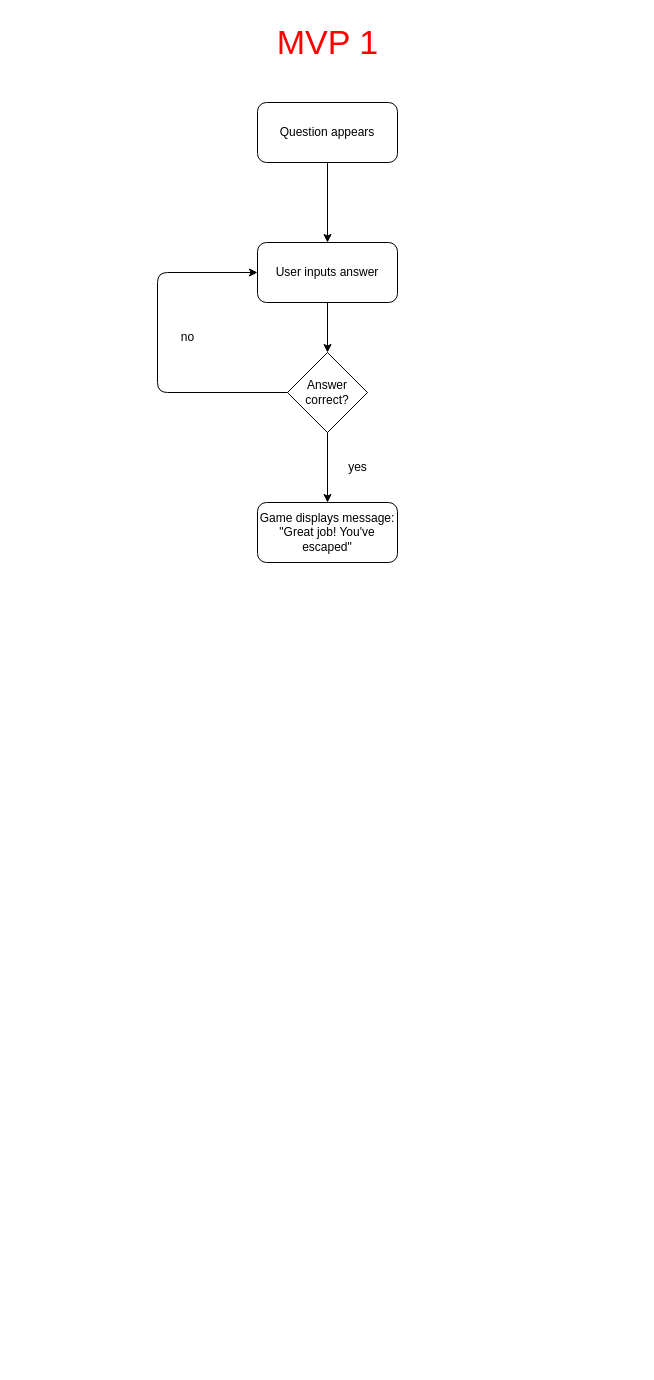
This is flowchar.drawio from SchoolOfCode/escape-room-hackathon-room-17-1, a draw.io file, before an edit. Source tidied: cells renumbered, new cells numbered last; positions are measured from the earlier drawing's top-left corner, leaving out a move shared by most shapes. Both pictures are drawn from the tidied source at 100%, with x=0, y=0 at pixel (157, 17).
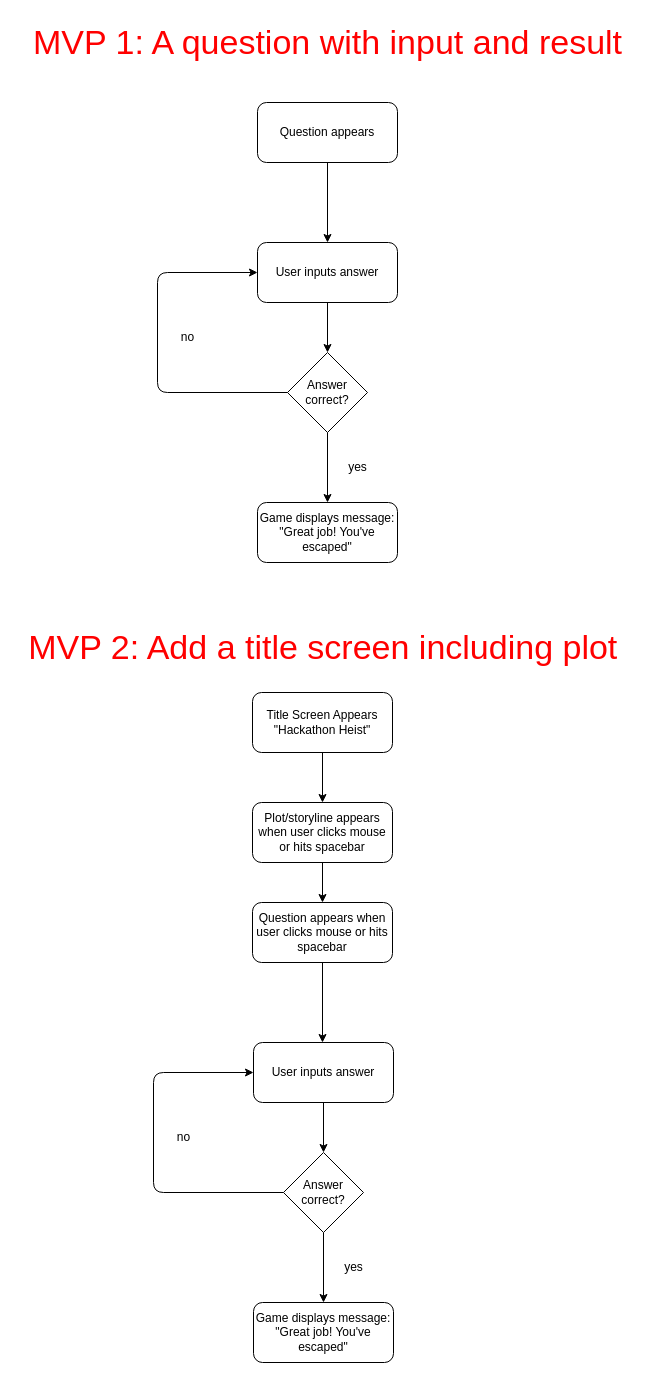
The same diagram, later.

Commit message:
mvp2 flowchart

Diff of the diagram source:
```diff
@@
-    <mxCell id="12" value="MVP 1" style="text;html=1;align=center;verticalAlign=middle;fontSize=34;fontColor=#FF0000;" parent="1" vertex="1">
-      <mxGeometry x="110" width="120" height="50" as="geometry" />
+    <mxCell id="12" value="MVP 1: A question with input and result" style="text;html=1;align=center;verticalAlign=middle;fontSize=34;fontColor=#FF0000;" parent="1" vertex="1">
+      <mxGeometry x="-135" width="610" height="50" as="geometry" />
     </mxCell>
+    <mxCell id="13" value="MVP 2: Add a title screen including plot&amp;nbsp;" style="text;html=1;align=center;verticalAlign=middle;fontSize=34;fontColor=#FF0000;" parent="1" vertex="1">
+      <mxGeometry x="-140" y="605" width="620" height="50" as="geometry" />
+    </mxCell>
+    <mxCell id="14" value="Title Screen Appears&lt;br&gt;&quot;Hackathon Heist&quot;" style="rounded=1;whiteSpace=wrap;html=1;" parent="1" vertex="1">
+      <mxGeometry x="95" y="675" width="140" height="60" as="geometry" />
+    </mxCell>
+    <mxCell id="15" style="endArrow=classic;html=1;exitX=0.5;exitY=1;exitDx=0;exitDy=0;" parent="1" edge="1">
+      <mxGeometry relative="1" as="geometry">
+        <mxPoint x="165" y="945" as="sourcePoint" />
+        <mxPoint x="165" y="1025" as="targetPoint" />
+        <Array as="points">
+          <mxPoint x="165" y="1015" />
+          <mxPoint x="165" y="995" />
+        </Array>
+      </mxGeometry>
+    </mxCell>
+    <mxCell id="16" value="User inputs answer" style="rounded=1;whiteSpace=wrap;html=1;" parent="1" vertex="1">
+      <mxGeometry x="96" y="1025" width="140" height="60" as="geometry" />
+    </mxCell>
+    <mxCell id="17" value="Answer correct?" style="rhombus;whiteSpace=wrap;html=1;" parent="1" vertex="1">
+      <mxGeometry x="126" y="1135" width="80" height="80" as="geometry" />
+    </mxCell>
+    <mxCell id="18" style="endArrow=classic;html=1;exitX=0.5;exitY=1;exitDx=0;exitDy=0;entryX=0.5;entryY=0;entryDx=0;entryDy=0;" parent="1" edge="1" source="16" target="17">
+      <mxGeometry relative="1" as="geometry" />
+    </mxCell>
+    <mxCell id="19" style="endArrow=classic;html=1;exitX=0.5;exitY=1;exitDx=0;exitDy=0;" parent="1" edge="1" source="17">
+      <mxGeometry relative="1" as="geometry">
+        <mxPoint x="166" y="1285" as="targetPoint" />
+      </mxGeometry>
+    </mxCell>
+    <mxCell id="20" style="endArrow=classic;html=1;exitX=0;exitY=0.5;exitDx=0;exitDy=0;entryX=0;entryY=0.5;entryDx=0;entryDy=0;" parent="1" edge="1" source="17" target="16">
+      <mxGeometry relative="1" as="geometry">
+        <Array as="points">
+          <mxPoint x="-4" y="1175" />
+          <mxPoint x="-4" y="1055" />
+        </Array>
+      </mxGeometry>
+    </mxCell>
+    <mxCell id="21" value="yes" style="text;html=1;align=center;verticalAlign=middle;strokeColor=none;fillColor=none;" parent="1" vertex="1">
+      <mxGeometry x="176" y="1235" width="40" height="30" as="geometry" />
+    </mxCell>
+    <mxCell id="22" value="no" style="text;html=1;align=center;verticalAlign=middle;strokeColor=none;fillColor=none;" parent="1" vertex="1">
+      <mxGeometry x="6" y="1105" width="40" height="30" as="geometry" />
+    </mxCell>
+    <mxCell id="23" value="Game displays message: &quot;Great job! You've escaped&quot;" style="rounded=1;whiteSpace=wrap;html=1;" parent="1" vertex="1">
+      <mxGeometry x="96" y="1285" width="140" height="60" as="geometry" />
+    </mxCell>
+    <mxCell id="24" style="endArrow=classic;html=1;" parent="1" edge="1">
+      <mxGeometry relative="1" as="geometry">
+        <mxPoint x="165" y="735" as="sourcePoint" />
+        <mxPoint x="165" y="785" as="targetPoint" />
+      </mxGeometry>
+    </mxCell>
+    <mxCell id="25" style="edgeStyle=none;html=1;" parent="1" edge="1" source="26" target="27">
+      <mxGeometry relative="1" as="geometry" />
+    </mxCell>
+    <mxCell id="26" value="Plot/storyline appears when user clicks mouse or hits spacebar" style="rounded=1;whiteSpace=wrap;html=1;" parent="1" vertex="1">
+      <mxGeometry x="95" y="785" width="140" height="60" as="geometry" />
+    </mxCell>
+    <mxCell id="27" value="Question appears when user clicks mouse or hits spacebar" style="rounded=1;whiteSpace=wrap;html=1;" parent="1" vertex="1">
+      <mxGeometry x="95" y="885" width="140" height="60" as="geometry" />
+    </mxCell>
```
